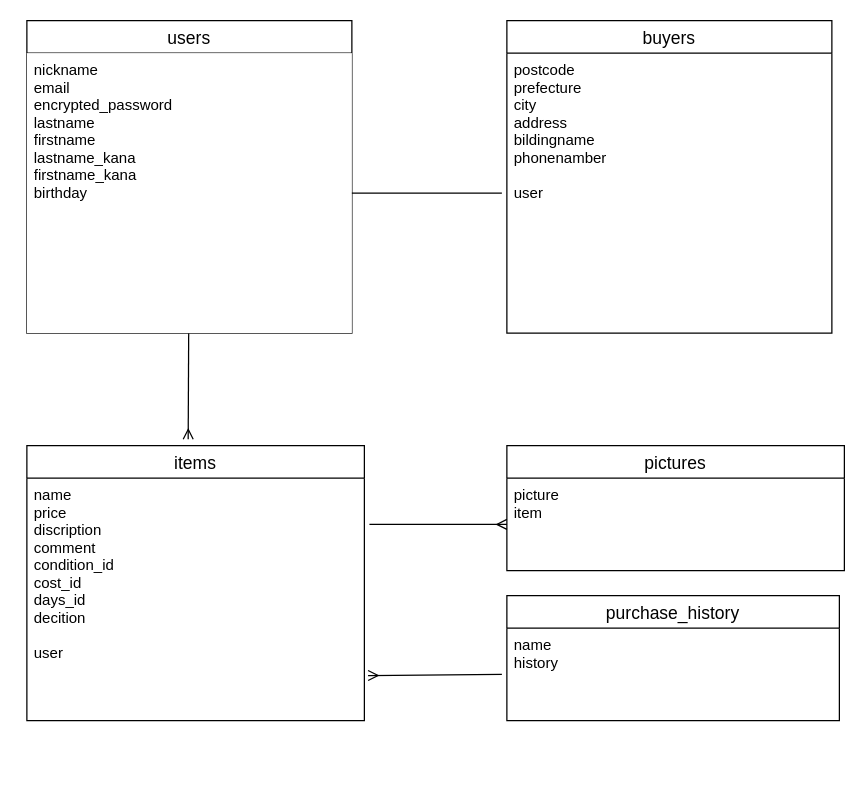
The draw.io diagram app/views/test.dio in miyoon17/furima-40098, before the edit. Source tidied: cells renumbered, new cells numbered last; positions are measured from the earlier drawing's top-left corner, leaving out a move shared by most shapes. Both pictures are drawn from the tidied source at 125%, with x=0, y=0 at pixel (26, 20).
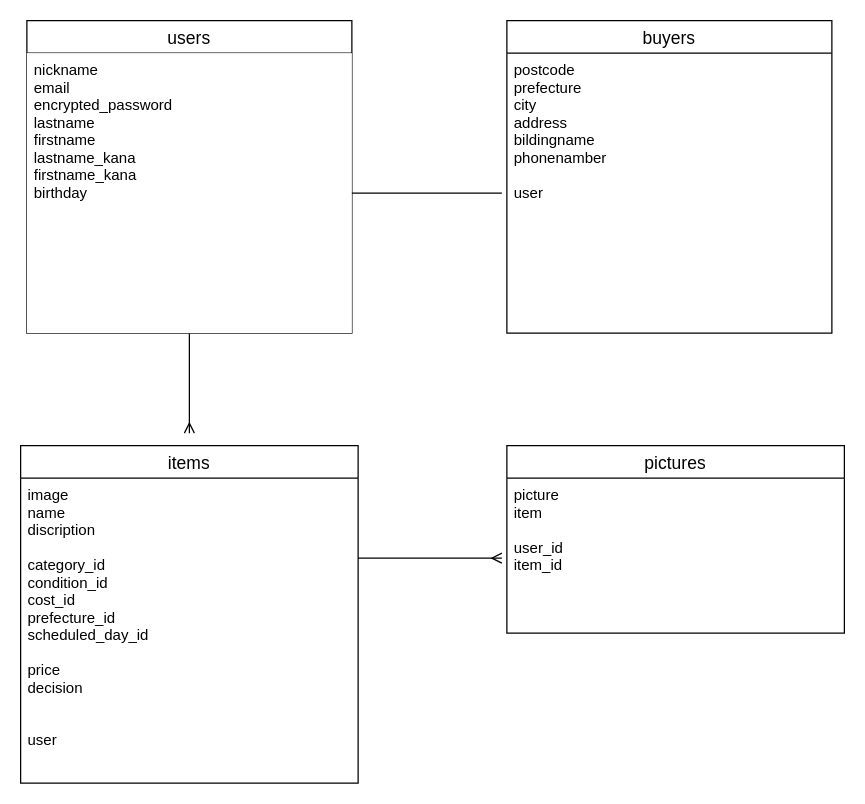
Above is the later version.

The edit, as a diff of the source:
```diff
@@
 <mxGraphModel>
   <root>
     <mxCell id="0" />
     <mxCell id="1" parent="0" />
-    <mxCell id="2" style="edgeStyle=none;html=1;entryX=0.478;entryY=-0.023;entryDx=0;entryDy=0;entryPerimeter=0;endArrow=ERmany;endFill=0;" parent="1" edge="1" source="3" target="5">
-      <mxGeometry relative="1" as="geometry" />
+    <mxCell id="2" style="edgeStyle=none;html=1;endArrow=ERmany;endFill=0;" parent="1" edge="1" source="3">
+      <mxGeometry relative="1" as="geometry">
+        <mxPoint x="130" y="330" as="targetPoint" />
+      </mxGeometry>
     </mxCell>
     <mxCell id="3" value="users" style="swimlane;fontStyle=0;horizontal=1;startSize=26;align=center;fontSize=14;" parent="1" vertex="1">
       <mxGeometry width="260" height="250" as="geometry" />
     </mxCell>
     <mxCell id="4" value="nickname&#10;email&#10;encrypted_password&#10;lastname&#10;firstname&#10;lastname_kana&#10;firstname_kana&#10;birthday" style="text;strokeColor=none;fillColor=default;spacingLeft=4;spacingRight=4;overflow=hidden;points=[[0,0.5],[1,0.5]];portConstraint=eastwest;fontSize=12;" parent="3" vertex="1">
       <mxGeometry y="26" width="260" height="224" as="geometry" />
     </mxCell>
     <mxCell id="5" value="items" style="swimlane;fontStyle=0;horizontal=1;startSize=26;align=center;fontSize=14;" parent="1" vertex="1">
-      <mxGeometry y="340" width="270" height="220" as="geometry" />
+      <mxGeometry x="-5" y="340" width="270" height="270" as="geometry" />
     </mxCell>
+    <mxCell id="11" value="image&#10;name&#10;discription&#10;&#10;category_id&#10;condition_id&#10;cost_id&#10;prefecture_id&#10;scheduled_day_id&#10;&#10;price&#10;decision&#10;&#10;&#10;user" style="text;strokeColor=none;fillColor=none;spacingLeft=4;spacingRight=4;overflow=hidden;points=[[0,0.5],[1,0.5]];portConstraint=eastwest;fontSize=12;" parent="5" vertex="1">
+      <mxGeometry y="26" width="270" height="244" as="geometry" />
+    </mxCell>
     <mxCell id="6" value="buyers" style="swimlane;fontStyle=0;horizontal=1;startSize=26;align=center;fontSize=14;fillColor=default;" parent="1" vertex="1">
       <mxGeometry x="384" width="260" height="250" as="geometry" />
     </mxCell>
     <mxCell id="7" value="postcode&#10;prefecture&#10;city&#10;address&#10;bildingname&#10;phonenamber&#10;&#10;user" style="text;strokeColor=none;fillColor=none;spacingLeft=4;spacingRight=4;overflow=hidden;fontSize=12;" parent="6" vertex="1">
       <mxGeometry y="26" width="260" height="224" as="geometry" />
     </mxCell>
     <mxCell id="8" value="pictures" style="swimlane;fontStyle=0;horizontal=1;startSize=26;align=center;fontSize=14;fillColor=default;" parent="1" vertex="1">
-      <mxGeometry x="384" y="340" width="270" height="100" as="geometry" />
+      <mxGeometry x="384" y="340" width="270" height="150" as="geometry" />
     </mxCell>
-    <mxCell id="9" value="picture&#10;item" style="text;strokeColor=none;fillColor=none;spacingLeft=4;spacingRight=4;overflow=hidden;points=[[0,0.5],[1,0.5]];portConstraint=eastwest;fontSize=12;" parent="8" vertex="1">
-      <mxGeometry y="26" width="270" height="74" as="geometry" />
+    <mxCell id="9" value="picture&#10;item&#10;&#10;user_id&#10;item_id" style="text;strokeColor=none;fillColor=none;spacingLeft=4;spacingRight=4;overflow=hidden;points=[[0,0.5],[1,0.5]];portConstraint=eastwest;fontSize=12;" parent="8" vertex="1">
+      <mxGeometry y="26" width="270" height="124" as="geometry" />
     </mxCell>
-    <mxCell id="10" style="edgeStyle=none;html=1;endArrow=ERmany;endFill=0;entryX=0;entryY=0.5;entryDx=0;entryDy=0;exitX=1.015;exitY=0.191;exitDx=0;exitDy=0;exitPerimeter=0;" parent="1" edge="1" source="11" target="9">
-      <mxGeometry relative="1" as="geometry" />
+    <mxCell id="10" style="edgeStyle=none;html=1;endArrow=ERmany;endFill=0;exitX=1;exitY=0.262;exitDx=0;exitDy=0;exitPerimeter=0;" parent="1" edge="1" source="11">
+      <mxGeometry relative="1" as="geometry">
+        <mxPoint x="380" y="430" as="targetPoint" />
+        <Array as="points">
+          <mxPoint x="320" y="430" />
+        </Array>
+      </mxGeometry>
     </mxCell>
-    <mxCell id="11" value="name&#10;price&#10;discription&#10;comment&#10;condition_id&#10;cost_id&#10;days_id&#10;decition&#10;&#10;user" style="text;strokeColor=none;fillColor=none;spacingLeft=4;spacingRight=4;overflow=hidden;points=[[0,0.5],[1,0.5]];portConstraint=eastwest;fontSize=12;" parent="1" vertex="1">
-      <mxGeometry y="366" width="270" height="194" as="geometry" />
-    </mxCell>
     <mxCell id="12" style="edgeStyle=none;html=1;endArrow=none;endFill=0;" parent="1" edge="1" source="4">
       <mxGeometry relative="1" as="geometry">
         <mxPoint x="380" y="138" as="targetPoint" />
       </mxGeometry>
     </mxCell>
-    <mxCell id="13" value="purchase_history" style="swimlane;fontStyle=0;horizontal=1;startSize=26;align=center;fontSize=14;fillColor=default;" parent="1" vertex="1">
-      <mxGeometry x="384" y="460" width="266" height="100" as="geometry" />
-    </mxCell>
-    <mxCell id="14" value="name&#10;history&#10;" style="text;strokeColor=none;fillColor=none;spacingLeft=4;spacingRight=4;overflow=hidden;fontSize=12;" parent="13" vertex="1">
-      <mxGeometry y="26" width="266" height="74" as="geometry" />
-    </mxCell>
-    <mxCell id="15" style="edgeStyle=none;html=1;endArrow=ERmany;endFill=0;entryX=1.011;entryY=0.814;entryDx=0;entryDy=0;entryPerimeter=0;" parent="1" edge="1" target="11">
-      <mxGeometry relative="1" as="geometry">
-        <mxPoint x="380" y="523" as="sourcePoint" />
-      </mxGeometry>
-    </mxCell>
   </root>
 </mxGraphModel>
```
